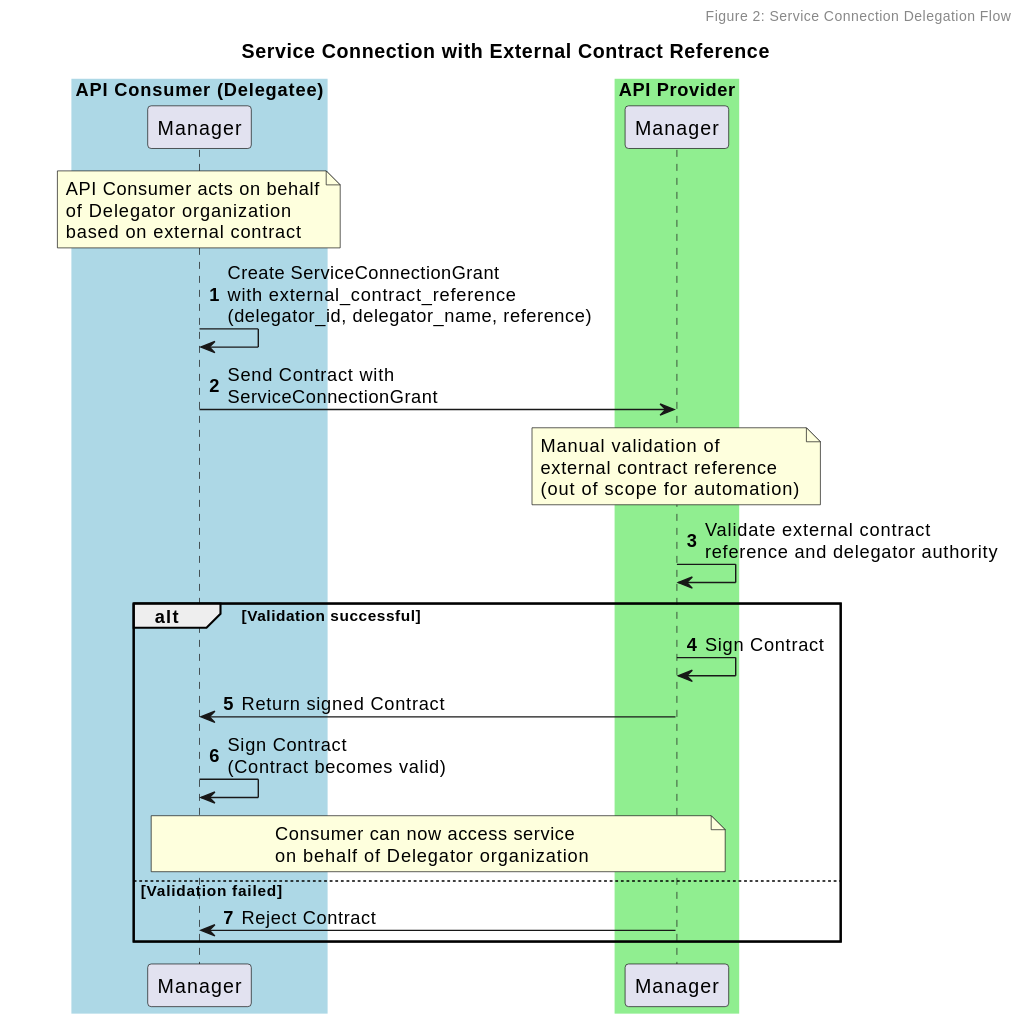
Logius-standaarden/fsc-external-contract keeps this PlantUML diagram as diagrams/seq-connection-delegation-external-contract.svg. Above is the earlier version. The source it was exported from:
```plantuml
@startuml
title Service Connection with External Contract Reference
header Figure 2: Service Connection Delegation Flow

skinparam sequenceBoxBorderColor #transparent
skinparam boxPadding 50
autonumber

box "API Consumer (Delegatee)" #LightBlue
    participant "Manager" as ConsumerManager
end box

box "API Provider" #LightGreen
    participant "Manager" as ProviderManager
end box

note over ConsumerManager
    API Consumer acts on behalf
    of Delegator organization
    based on external contract
end note

ConsumerManager -> ConsumerManager: Create ServiceConnectionGrant\nwith external_contract_reference\n(delegator_id, delegator_name, reference)

ConsumerManager -> ProviderManager: Send Contract with\nServiceConnectionGrant

note over ProviderManager
    Manual validation of
    external contract reference
    (out of scope for automation)
end note

ProviderManager -> ProviderManager: Validate external contract\nreference and delegator authority

alt Validation successful
    ProviderManager -> ProviderManager: Sign Contract
    ProviderManager -> ConsumerManager: Return signed Contract

    ConsumerManager -> ConsumerManager: Sign Contract\n(Contract becomes valid)

    note over ConsumerManager, ProviderManager
        Consumer can now access service
        on behalf of Delegator organization
    end note
else Validation failed
    ProviderManager -> ConsumerManager: Reject Contract
end
@enduml
```
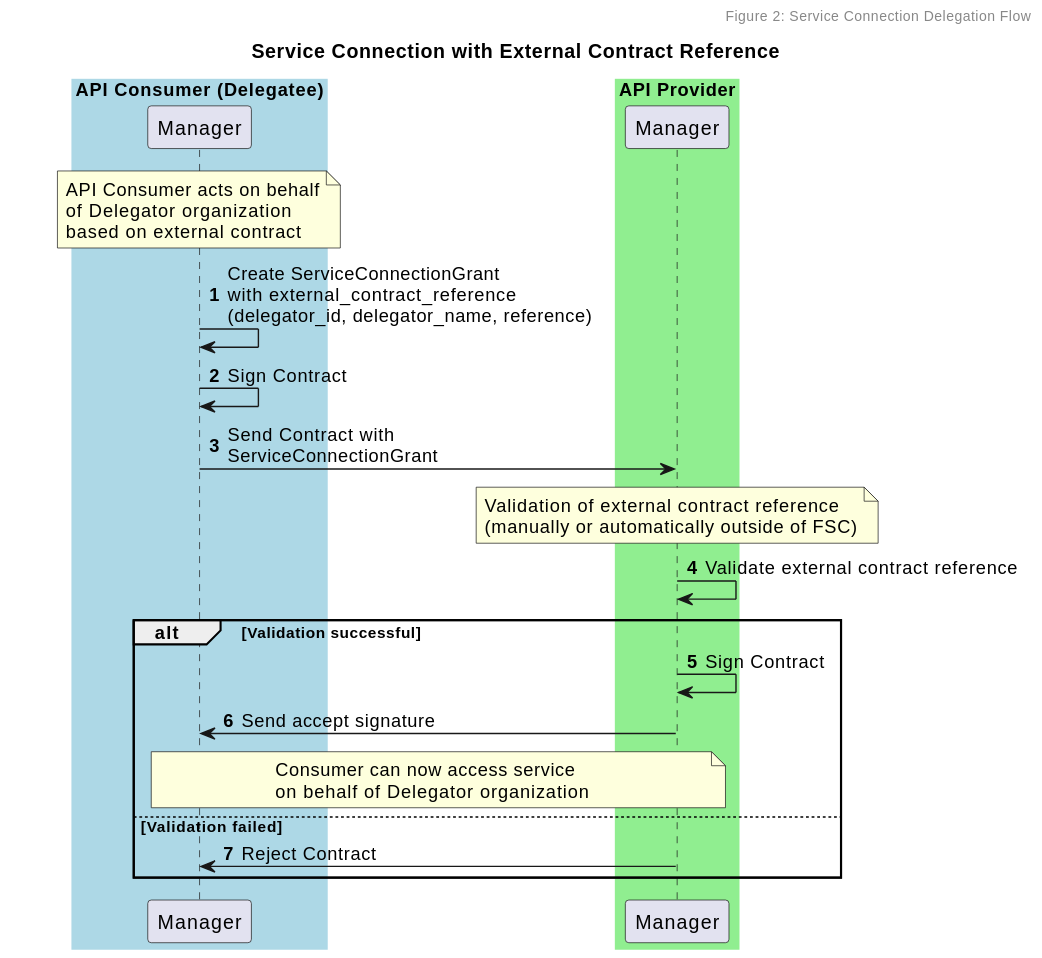
Later version of the same file.

Change to the diagram source:
```diff
@@ -22,21 +22,20 @@
 
 ConsumerManager -> ConsumerManager: Create ServiceConnectionGrant\nwith external_contract_reference\n(delegator_id, delegator_name, reference)
 
+ConsumerManager -> ConsumerManager: Sign Contract
+
 ConsumerManager -> ProviderManager: Send Contract with\nServiceConnectionGrant
 
 note over ProviderManager
-    Manual validation of
-    external contract reference
-    (out of scope for automation)
+    Validation of external contract reference
+    (manually or automatically outside of FSC)
 end note
 
-ProviderManager -> ProviderManager: Validate external contract\nreference and delegator authority
+ProviderManager -> ProviderManager: Validate external contract reference
 
 alt Validation successful
     ProviderManager -> ProviderManager: Sign Contract
-    ProviderManager -> ConsumerManager: Return signed Contract
-
-    ConsumerManager -> ConsumerManager: Sign Contract\n(Contract becomes valid)
+    ProviderManager -> ConsumerManager: Send accept signature
 
     note over ConsumerManager, ProviderManager
         Consumer can now access service
```
